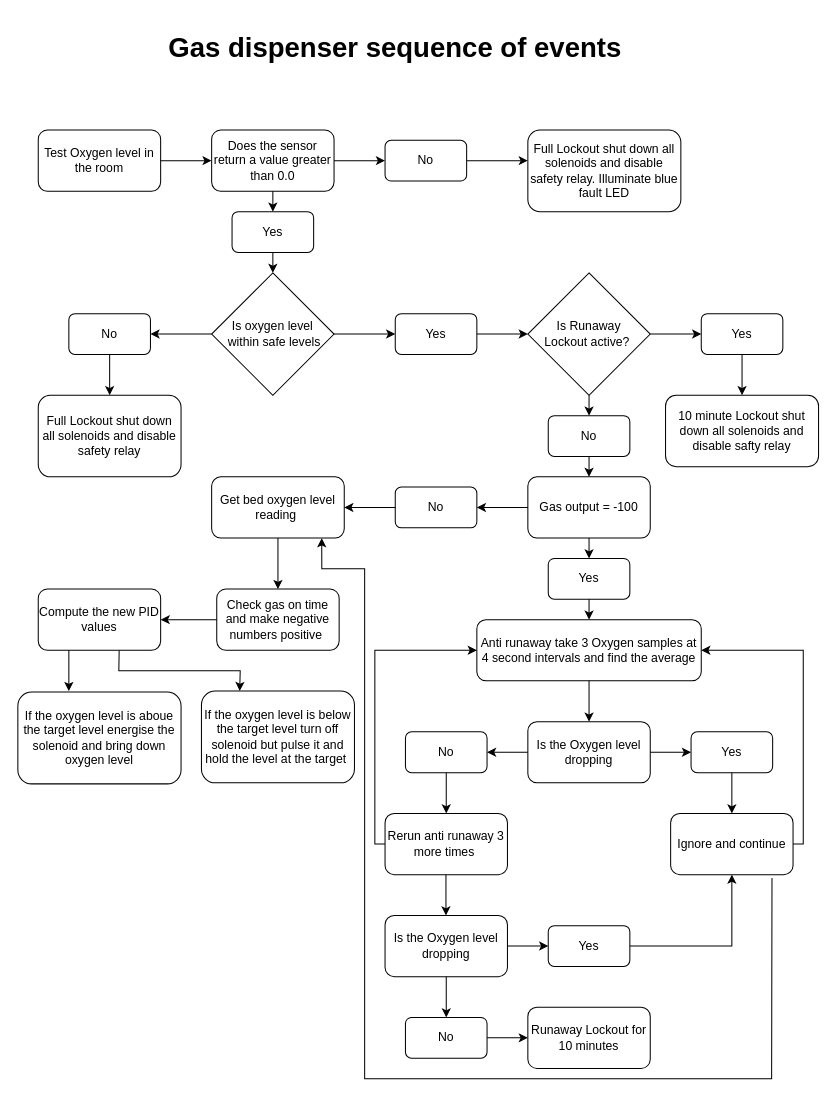
jonathanw82/gas_dispensor keeps this draw.io diagram as media/flowchart.drawio. Above is the earlier version. Source tidied: cells renumbered, new cells numbered last; positions are measured from the earlier drawing's top-left corner, leaving out a move shared by most shapes. Both pictures are drawn from the tidied source at 102%, with x=0, y=0 at pixel (17, 17).
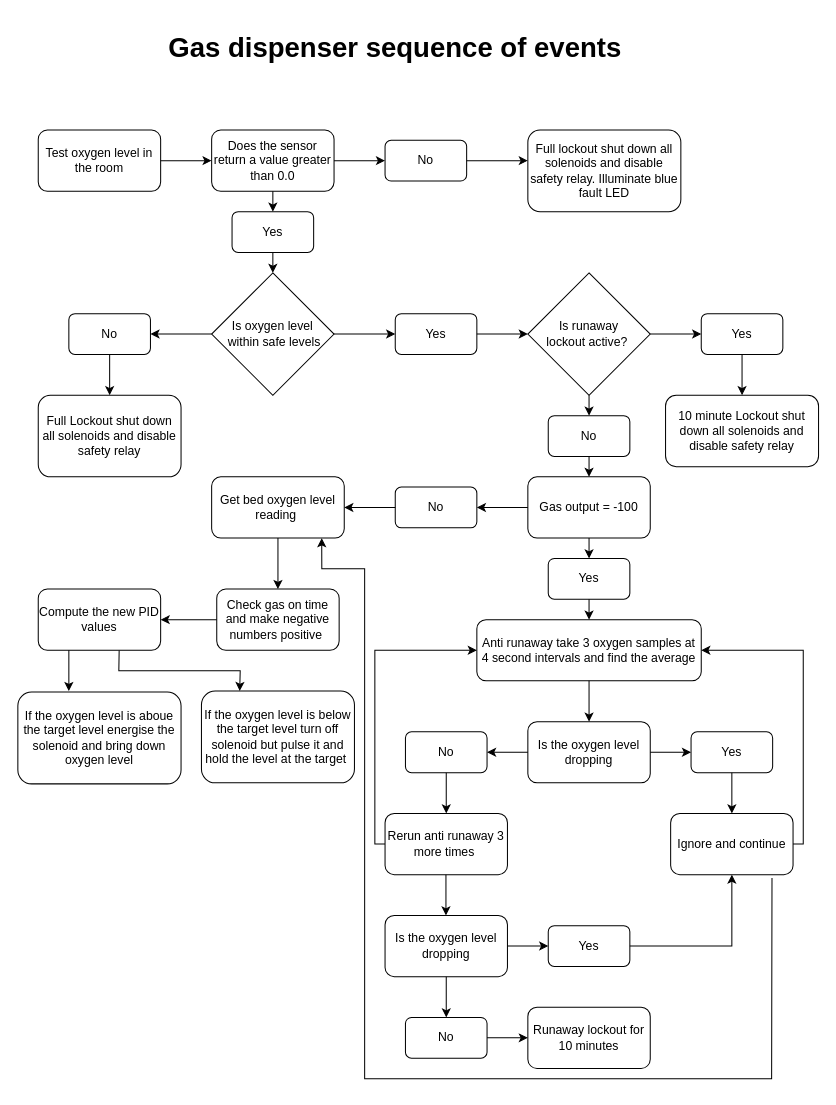
After the change.

Commit message (it also covers changes not shown here):
added flow chart2

Change to the diagram source:
```diff
@@
-    <mxCell id="2" value="Test Oxygen level in the room" style="rounded=1;whiteSpace=wrap;html=1;" parent="1" vertex="1">
+    <mxCell id="2" value="Test oxygen level in the room" style="rounded=1;whiteSpace=wrap;html=1;" parent="1" vertex="1">
       <mxGeometry x="20" y="110" width="120" height="60" as="geometry" />
     </mxCell>
@@
-    <mxCell id="11" value="Anti runaway take 3 Oxygen samples at 4 second intervals and find the average" style="rounded=1;whiteSpace=wrap;html=1;" parent="1" vertex="1">
+    <mxCell id="11" value="Anti runaway take 3 oxygen samples at 4 second intervals and find the average" style="rounded=1;whiteSpace=wrap;html=1;" parent="1" vertex="1">
       <mxGeometry x="450" y="590" width="220" height="60" as="geometry" />
     </mxCell>
@@
-    <mxCell id="14" value="Is the Oxygen level dropping" style="rounded=1;whiteSpace=wrap;html=1;" parent="1" vertex="1">
+    <mxCell id="14" value="Is the oxygen level dropping" style="rounded=1;whiteSpace=wrap;html=1;" parent="1" vertex="1">
       <mxGeometry x="500" y="690" width="120" height="60" as="geometry" />
     </mxCell>
@@
-    <mxCell id="25" value="Is the Oxygen level dropping" style="rounded=1;whiteSpace=wrap;html=1;" parent="1" vertex="1">
+    <mxCell id="25" value="Is the oxygen level dropping" style="rounded=1;whiteSpace=wrap;html=1;" parent="1" vertex="1">
       <mxGeometry x="360" y="880" width="120" height="60" as="geometry" />
     </mxCell>
@@
-    <mxCell id="28" value="Runaway Lockout for 10 minutes" style="rounded=1;whiteSpace=wrap;html=1;" parent="1" vertex="1">
+    <mxCell id="28" value="Runaway lockout for 10 minutes" style="rounded=1;whiteSpace=wrap;html=1;" parent="1" vertex="1">
       <mxGeometry x="500" y="970" width="120" height="60" as="geometry" />
     </mxCell>
@@
-    <mxCell id="36" value="Is Runaway &lt;br&gt;Lockout active?&amp;nbsp;" style="rhombus;whiteSpace=wrap;html=1;" parent="1" vertex="1">
+    <mxCell id="36" value="Is runaway &lt;br&gt;lockout active?&amp;nbsp;" style="rhombus;whiteSpace=wrap;html=1;" parent="1" vertex="1">
       <mxGeometry x="500" y="250" width="120" height="120" as="geometry" />
     </mxCell>
@@
-    <mxCell id="40" value="10 minute Lockout shut down all solenoids and disable safty relay" style="rounded=1;whiteSpace=wrap;html=1;" parent="1" vertex="1">
+    <mxCell id="40" value="10 minute Lockout shut down all solenoids and disable safety relay" style="rounded=1;whiteSpace=wrap;html=1;" parent="1" vertex="1">
       <mxGeometry x="635" y="370" width="150" height="70" as="geometry" />
     </mxCell>
@@
-    <mxCell id="55" value="Full Lockout shut down all solenoids and disable safety relay. Illuminate blue fault LED" style="rounded=1;whiteSpace=wrap;html=1;" parent="1" vertex="1">
+    <mxCell id="55" value="Full lockout shut down all solenoids and disable safety relay. Illuminate blue fault LED" style="rounded=1;whiteSpace=wrap;html=1;" parent="1" vertex="1">
       <mxGeometry x="500" y="110" width="150" height="80" as="geometry" />
     </mxCell>
```
